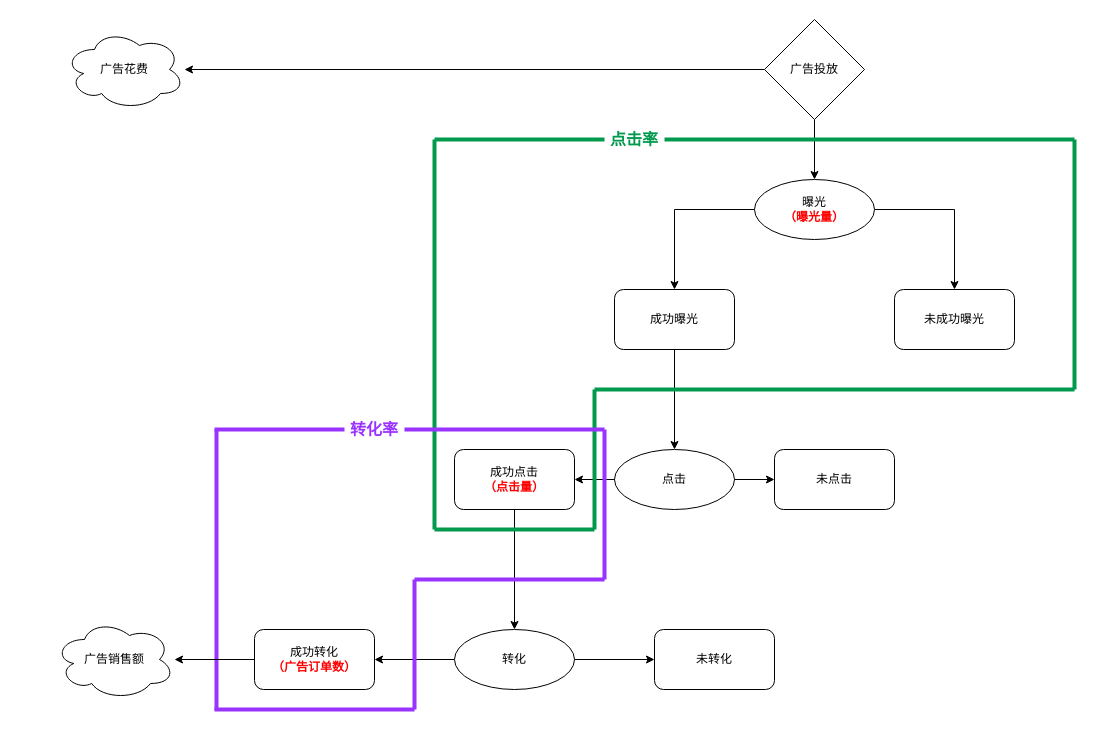
This is Untitled Diagram.drawio from onesakura/chinese-poetry, a draw.io file, before an edit. Source tidied: cells renumbered, new cells numbered last; positions are measured from the earlier drawing's top-left corner, leaving out a move shared by most shapes. Both pictures are drawn from the tidied source at 100%, with x=0, y=0 at pixel (54, 19).
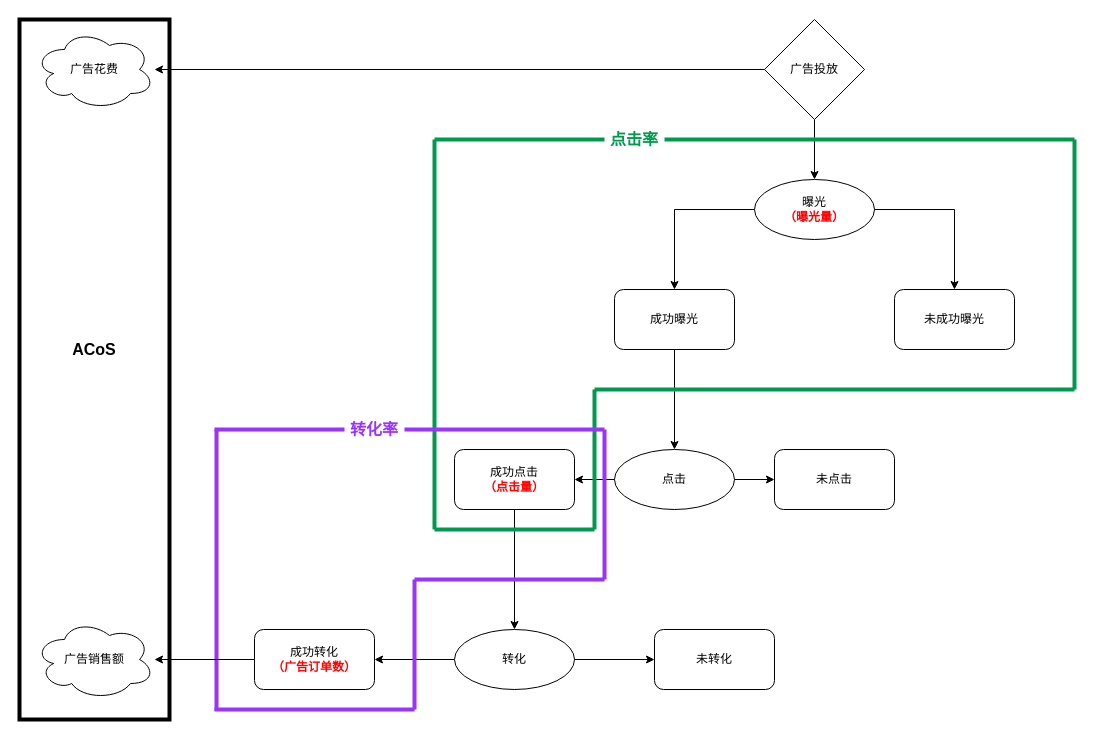
Above is the later version.

Commit message:
广告指标分析

Diff of the diagram source:
```diff
@@
+    <mxCell id="43" style="rounded=0;whiteSpace=wrap;html=1;fillColor=none;strokeWidth=4;" parent="1" vertex="1">
+      <mxGeometry x="-35" width="150" height="700" as="geometry" />
+    </mxCell>
@@
     <mxCell id="39" value="广告销售额" style="ellipse;shape=cloud;whiteSpace=wrap;html=1;rounded=1;" parent="1" vertex="1">
-      <mxGeometry y="600" width="120" height="80" as="geometry" />
+      <mxGeometry x="-20" y="600" width="120" height="80" as="geometry" />
     </mxCell>
@@
     <mxCell id="41" value="广告花费" style="ellipse;shape=cloud;whiteSpace=wrap;html=1;" parent="1" vertex="1">
-      <mxGeometry x="10" y="10" width="120" height="80" as="geometry" />
+      <mxGeometry x="-20" y="10" width="120" height="80" as="geometry" />
     </mxCell>
@@
+    <mxCell id="44" value="ACoS" style="text;html=1;strokeColor=none;fillColor=none;align=center;verticalAlign=middle;whiteSpace=wrap;rounded=0;fontSize=16;fontStyle=1;" parent="1" vertex="1">
+      <mxGeometry x="20" y="320" width="40" height="20" as="geometry" />
+    </mxCell>
```
